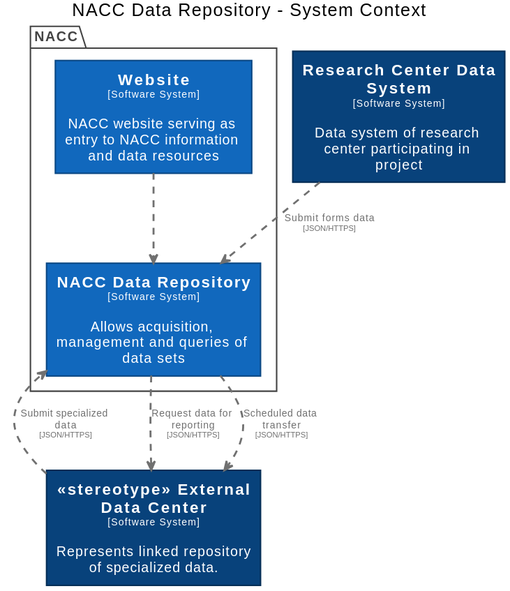
naccdata/system-design keeps this PlantUML diagram as docs/images/structurizr-RepositoryContext.svg. Above is the earlier version.
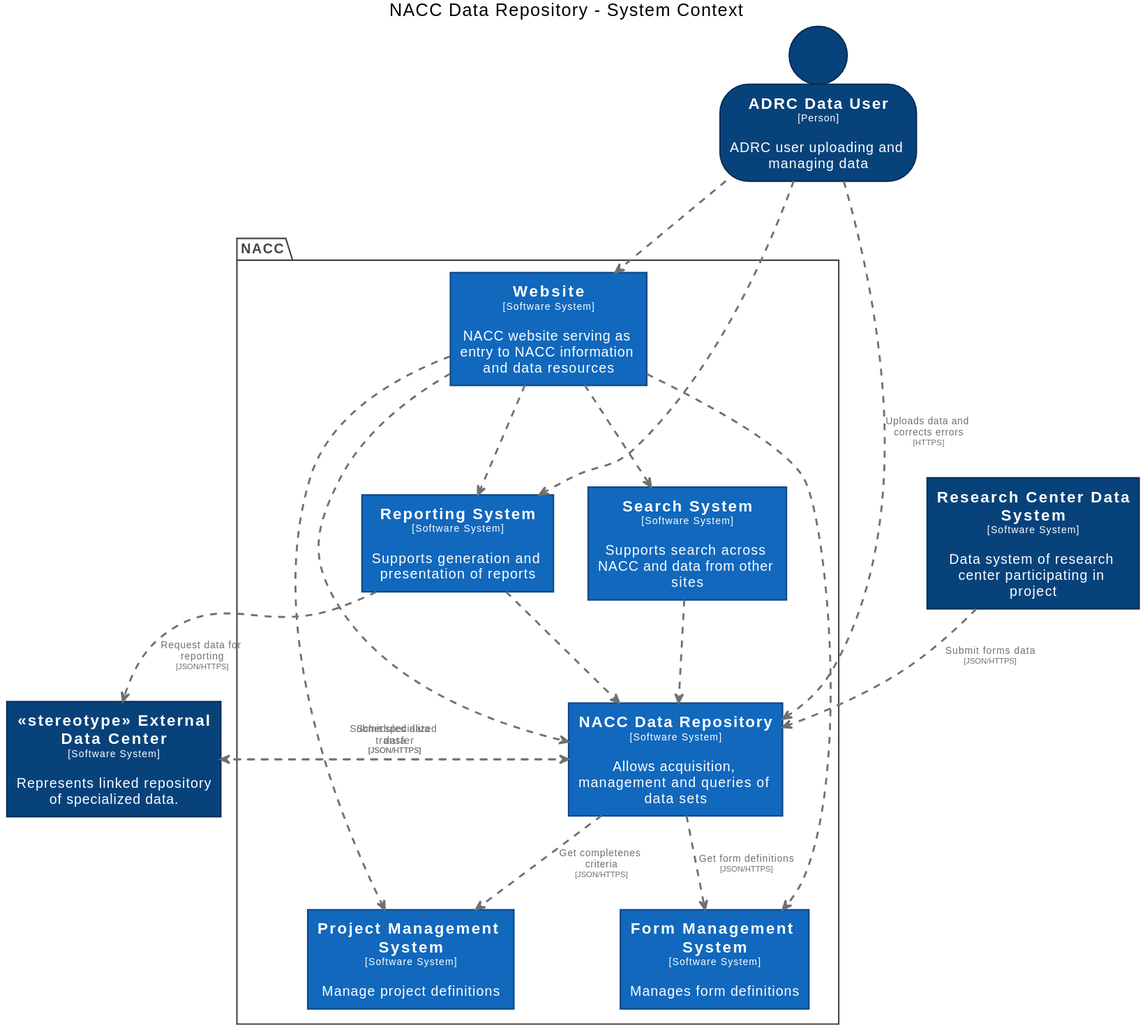
The same diagram one commit later.

Diff of the diagram source:
```diff
@@ -18,7 +18,27 @@
   FontColor #ffffff
   BorderColor #052e56
 }
+skinparam person<<ADRCDataUser>> {
+  BackgroundColor #08427b
+  FontColor #ffffff
+  BorderColor #052e56
+}
+skinparam rectangle<<FormManagementSystem>> {
+  BackgroundColor #1168bd
+  FontColor #ffffff
+  BorderColor #0b4884
+}
 skinparam rectangle<<NACCDataRepository>> {
+  BackgroundColor #1168bd
+  FontColor #ffffff
+  BorderColor #0b4884
+}
+skinparam rectangle<<ProjectManagementSystem>> {
+  BackgroundColor #1168bd
+  FontColor #ffffff
+  BorderColor #0b4884
+}
+skinparam rectangle<<ReportingSystem>> {
   BackgroundColor #1168bd
   FontColor #ffffff
   BorderColor #0b4884
@@ -27,6 +47,11 @@
   BackgroundColor #08427b
   FontColor #ffffff
   BorderColor #052e56
+}
+skinparam rectangle<<SearchSystem>> {
+  BackgroundColor #1168bd
+  FontColor #ffffff
+  BorderColor #0b4884
 }
 skinparam rectangle<<Website>> {
   BackgroundColor #1168bd
@@ -38,16 +63,32 @@
   skinparam PackageBorderColor<<enterprise>> #444444
   skinparam PackageFontColor<<enterprise>> #444444
 
+  rectangle "==Project Management System\n<size:10>[Software System]</size>\n\nManage project definitions" <<ProjectManagementSystem>> as ProjectManagementSystem
   rectangle "==NACC Data Repository\n<size:10>[Software System]</size>\n\nAllows acquisition, management and queries of data sets" <<NACCDataRepository>> as NACCDataRepository
+  rectangle "==Search System\n<size:10>[Software System]</size>\n\nSupports search across NACC and data from other sites" <<SearchSystem>> as SearchSystem
+  rectangle "==Form Management System\n<size:10>[Software System]</size>\n\nManages form definitions" <<FormManagementSystem>> as FormManagementSystem
+  rectangle "==Reporting System\n<size:10>[Software System]</size>\n\nSupports generation and presentation of reports" <<ReportingSystem>> as ReportingSystem
   rectangle "==Website\n<size:10>[Software System]</size>\n\nNACC website serving as entry to NACC information and data resources" <<Website>> as Website
 }
 
+person "==ADRC Data User\n<size:10>[Person]</size>\n\nADRC user uploading and managing data" <<ADRCDataUser>> as ADRCDataUser
 rectangle "==<<stereotype>> External Data Center\n<size:10>[Software System]</size>\n\nRepresents linked repository of specialized data." <<stereotypeExternalDataCenter>> as stereotypeExternalDataCenter
 rectangle "==Research Center Data System\n<size:10>[Software System]</size>\n\nData system of research center participating in project" <<ResearchCenterDataSystem>> as ResearchCenterDataSystem
 
+Website .[#707070,thickness=2].> ReportingSystem : "<color:#707070>"
+Website .[#707070,thickness=2].> SearchSystem : "<color:#707070>"
+Website .[#707070,thickness=2].> NACCDataRepository : "<color:#707070>"
+Website .[#707070,thickness=2].> ProjectManagementSystem : "<color:#707070>"
+Website .[#707070,thickness=2].> FormManagementSystem : "<color:#707070>"
+ADRCDataUser .[#707070,thickness=2].> NACCDataRepository : "<color:#707070>Uploads data and corrects errors\n<color:#707070><size:8>[HTTPS]</size>"
+ADRCDataUser .[#707070,thickness=2].> Website : "<color:#707070>"
+ADRCDataUser .[#707070,thickness=2].> ReportingSystem : "<color:#707070>"
 stereotypeExternalDataCenter .[#707070,thickness=2].> NACCDataRepository : "<color:#707070>Submit specialized data\n<color:#707070><size:8>[JSON/HTTPS]</size>"
-NACCDataRepository .[#707070,thickness=2].> stereotypeExternalDataCenter : "<color:#707070>Request data for reporting\n<color:#707070><size:8>[JSON/HTTPS]</size>"
+ReportingSystem .[#707070,thickness=2].> stereotypeExternalDataCenter : "<color:#707070>Request data for reporting\n<color:#707070><size:8>[JSON/HTTPS]</size>"
 NACCDataRepository .[#707070,thickness=2].> stereotypeExternalDataCenter : "<color:#707070>Scheduled data transfer\n<color:#707070><size:8>[JSON/HTTPS]</size>"
 ResearchCenterDataSystem .[#707070,thickness=2].> NACCDataRepository : "<color:#707070>Submit forms data\n<color:#707070><size:8>[JSON/HTTPS]</size>"
-Website .[#707070,thickness=2].> NACCDataRepository : "<color:#707070>"
+NACCDataRepository .[#707070,thickness=2].> FormManagementSystem : "<color:#707070>Get form definitions\n<color:#707070><size:8>[JSON/HTTPS]</size>"
+NACCDataRepository .[#707070,thickness=2].> ProjectManagementSystem : "<color:#707070>Get completenes criteria\n<color:#707070><size:8>[JSON/HTTPS]</size>"
+SearchSystem .[#707070,thickness=2].> NACCDataRepository : "<color:#707070>"
+ReportingSystem .[#707070,thickness=2].> NACCDataRepository : "<color:#707070>"
 @enduml
```
